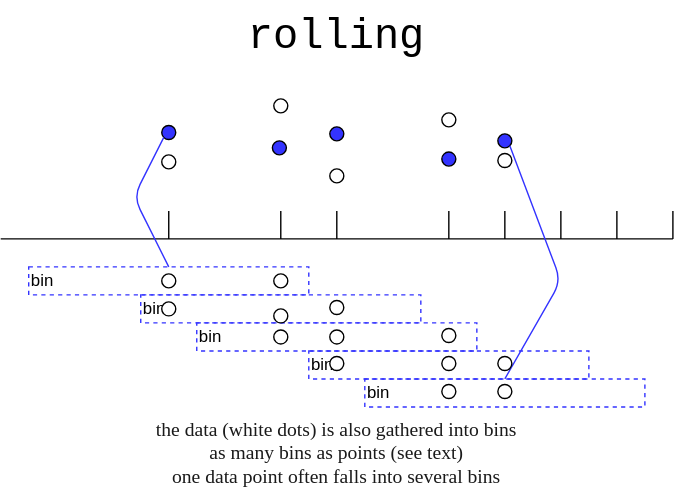
Above: notebooks/media/timeseries-rolling.svg in ue12-p22/python-numerique (draw.io), before the change. Source tidied: cells renumbered, new cells last; positions are measured from the earlier drawing's top-left corner, leaving out a move shared by most shapes. Its diagram source:
```xml
<mxGraphModel>
  <root>
    <mxCell id="0" />
    <mxCell id="1" parent="0" />
    <mxCell id="2" style="endArrow=none;html=1;" parent="1" edge="1">
      <mxGeometry relative="1" as="geometry">
        <mxPoint y="170" as="sourcePoint" />
        <mxPoint x="480" y="170" as="targetPoint" />
      </mxGeometry>
    </mxCell>
    <mxCell id="3" style="ellipse;whiteSpace=wrap;html=1;" parent="1" vertex="1">
      <mxGeometry x="315" y="80" width="10" height="10" as="geometry" />
    </mxCell>
    <mxCell id="4" style="endArrow=none;html=1;" parent="1" edge="1">
      <mxGeometry relative="1" as="geometry">
        <mxPoint x="200" y="170" as="sourcePoint" />
        <mxPoint x="200" y="150" as="targetPoint" />
      </mxGeometry>
    </mxCell>
    <mxCell id="5" style="endArrow=none;html=1;" parent="1" edge="1">
      <mxGeometry relative="1" as="geometry">
        <mxPoint x="320" y="170" as="sourcePoint" />
        <mxPoint x="320" y="150" as="targetPoint" />
      </mxGeometry>
    </mxCell>
    <mxCell id="6" style="endArrow=none;html=1;" parent="1" edge="1">
      <mxGeometry relative="1" as="geometry">
        <mxPoint x="400" y="170" as="sourcePoint" />
        <mxPoint x="400" y="150" as="targetPoint" />
      </mxGeometry>
    </mxCell>
    <mxCell id="7" style="ellipse;whiteSpace=wrap;html=1;" parent="1" vertex="1">
      <mxGeometry x="115" y="110" width="10" height="10" as="geometry" />
    </mxCell>
    <mxCell id="8" style="ellipse;whiteSpace=wrap;html=1;" parent="1" vertex="1">
      <mxGeometry x="235" y="120" width="10" height="10" as="geometry" />
    </mxCell>
    <mxCell id="9" value="bin" style="text;html=1;strokeColor=#3333FF;fillColor=none;align=left;verticalAlign=middle;whiteSpace=wrap;rounded=0;dashed=1;" parent="1" vertex="1">
      <mxGeometry x="20" y="190" width="200" height="20" as="geometry" />
    </mxCell>
    <mxCell id="10" value="&lt;font face=&quot;Courier New&quot; style=&quot;font-size: 30px&quot;&gt;rolling&lt;/font&gt;" style="text;html=1;strokeColor=none;fillColor=none;align=center;verticalAlign=middle;whiteSpace=wrap;rounded=0;dashed=1;" parent="1" vertex="1">
      <mxGeometry x="160" width="160" height="50" as="geometry" />
    </mxCell>
    <mxCell id="11" value="the data (white dots) is also gathered into bins&#10;as many bins as points (see text)&#10;one data point often falls into several bins" style="text;strokeColor=none;fillColor=none;align=center;verticalAlign=middle;whiteSpace=wrap;rounded=0;dashed=1;fontFamily=Comic Sans MS;fontSize=14;fontColor=#1A1A1A;" parent="1" vertex="1">
      <mxGeometry x="35" y="300" width="410" height="47" as="geometry" />
    </mxCell>
    <mxCell id="12" style="endArrow=none;html=1;" parent="1" edge="1">
      <mxGeometry relative="1" as="geometry">
        <mxPoint x="120" y="170" as="sourcePoint" />
        <mxPoint x="120" y="150" as="targetPoint" />
      </mxGeometry>
    </mxCell>
    <mxCell id="13" style="endArrow=none;html=1;" parent="1" edge="1">
      <mxGeometry relative="1" as="geometry">
        <mxPoint x="240" y="170" as="sourcePoint" />
        <mxPoint x="240" y="150" as="targetPoint" />
      </mxGeometry>
    </mxCell>
    <mxCell id="14" style="endArrow=none;html=1;" parent="1" edge="1">
      <mxGeometry relative="1" as="geometry">
        <mxPoint x="360" y="170" as="sourcePoint" />
        <mxPoint x="360" y="150" as="targetPoint" />
      </mxGeometry>
    </mxCell>
    <mxCell id="15" style="endArrow=none;html=1;" parent="1" edge="1">
      <mxGeometry relative="1" as="geometry">
        <mxPoint x="440" y="170" as="sourcePoint" />
        <mxPoint x="440" y="150" as="targetPoint" />
      </mxGeometry>
    </mxCell>
    <mxCell id="16" style="endArrow=none;html=1;" parent="1" edge="1">
      <mxGeometry relative="1" as="geometry">
        <mxPoint x="480" y="170" as="sourcePoint" />
        <mxPoint x="480" y="150" as="targetPoint" />
      </mxGeometry>
    </mxCell>
    <mxCell id="17" style="ellipse;whiteSpace=wrap;html=1;" parent="1" vertex="1">
      <mxGeometry x="355" y="109" width="10" height="10" as="geometry" />
    </mxCell>
    <mxCell id="18" style="ellipse;whiteSpace=wrap;html=1;" parent="1" vertex="1">
      <mxGeometry x="195" y="70" width="10" height="10" as="geometry" />
    </mxCell>
    <mxCell id="19" style="ellipse;whiteSpace=wrap;html=1;fillColor=#3333FF;" parent="1" vertex="1">
      <mxGeometry x="315" y="108" width="10" height="10" as="geometry" />
    </mxCell>
    <mxCell id="20" style="ellipse;whiteSpace=wrap;html=1;fillColor=#3333FF;" parent="1" vertex="1">
      <mxGeometry x="355" y="95" width="10" height="10" as="geometry" />
    </mxCell>
    <mxCell id="21" style="ellipse;whiteSpace=wrap;html=1;fillColor=#3333FF;" parent="1" vertex="1">
      <mxGeometry x="115" y="89" width="10" height="10" as="geometry" />
    </mxCell>
    <mxCell id="22" style="ellipse;whiteSpace=wrap;html=1;fillColor=#3333FF;" parent="1" vertex="1">
      <mxGeometry x="194" y="100" width="10" height="10" as="geometry" />
    </mxCell>
    <mxCell id="23" style="ellipse;whiteSpace=wrap;html=1;fillColor=#3333FF;" parent="1" vertex="1">
      <mxGeometry x="235" y="90" width="10" height="10" as="geometry" />
    </mxCell>
    <mxCell id="24" style="endArrow=none;html=1;exitX=0;exitY=0;exitDx=0;exitDy=0;strokeColor=#3333FF;entryX=0;entryY=1;entryDx=0;entryDy=0;" parent="1" edge="1" target="21">
      <mxGeometry relative="1" as="geometry">
        <mxPoint x="120" y="190" as="sourcePoint" />
        <Array as="points">
          <mxPoint x="95" y="140" />
        </Array>
      </mxGeometry>
    </mxCell>
    <mxCell id="25" style="endArrow=none;html=1;exitX=0;exitY=0;exitDx=0;exitDy=0;strokeColor=#3333FF;entryX=1;entryY=1;entryDx=0;entryDy=0;" parent="1" edge="1" target="20">
      <mxGeometry relative="1" as="geometry">
        <mxPoint x="360" y="270" as="sourcePoint" />
        <Array as="points">
          <mxPoint x="400" y="200" />
        </Array>
      </mxGeometry>
    </mxCell>
    <mxCell id="26" value="bin" style="text;html=1;strokeColor=#3333FF;fillColor=none;align=left;verticalAlign=middle;whiteSpace=wrap;rounded=0;dashed=1;" parent="1" vertex="1">
      <mxGeometry x="100" y="210" width="200" height="20" as="geometry" />
    </mxCell>
    <mxCell id="27" value="bin" style="text;html=1;strokeColor=#3333FF;fillColor=none;align=left;verticalAlign=middle;whiteSpace=wrap;rounded=0;dashed=1;" parent="1" vertex="1">
      <mxGeometry x="140" y="230" width="200" height="20" as="geometry" />
    </mxCell>
    <mxCell id="28" value="bin" style="text;html=1;strokeColor=#3333FF;fillColor=none;align=left;verticalAlign=middle;whiteSpace=wrap;rounded=0;dashed=1;" parent="1" vertex="1">
      <mxGeometry x="220" y="250" width="200" height="20" as="geometry" />
    </mxCell>
    <mxCell id="29" value="bin" style="text;html=1;strokeColor=#3333FF;fillColor=none;align=left;verticalAlign=middle;whiteSpace=wrap;rounded=0;dashed=1;" parent="1" vertex="1">
      <mxGeometry x="260" y="270" width="200" height="20" as="geometry" />
    </mxCell>
    <mxCell id="30" style="ellipse;whiteSpace=wrap;html=1;" parent="1" vertex="1">
      <mxGeometry x="115" y="195" width="10" height="10" as="geometry" />
    </mxCell>
    <mxCell id="31" style="ellipse;whiteSpace=wrap;html=1;" parent="1" vertex="1">
      <mxGeometry x="195" y="195" width="10" height="10" as="geometry" />
    </mxCell>
    <mxCell id="32" style="ellipse;whiteSpace=wrap;html=1;" parent="1" vertex="1">
      <mxGeometry x="115" y="215" width="10" height="10" as="geometry" />
    </mxCell>
    <mxCell id="33" style="ellipse;whiteSpace=wrap;html=1;" parent="1" vertex="1">
      <mxGeometry x="195" y="220" width="10" height="10" as="geometry" />
    </mxCell>
    <mxCell id="34" style="ellipse;whiteSpace=wrap;html=1;" parent="1" vertex="1">
      <mxGeometry x="195" y="235" width="10" height="10" as="geometry" />
    </mxCell>
    <mxCell id="35" style="ellipse;whiteSpace=wrap;html=1;" parent="1" vertex="1">
      <mxGeometry x="235" y="235" width="10" height="10" as="geometry" />
    </mxCell>
    <mxCell id="36" style="ellipse;whiteSpace=wrap;html=1;" parent="1" vertex="1">
      <mxGeometry x="235" y="214" width="10" height="10" as="geometry" />
    </mxCell>
    <mxCell id="37" style="ellipse;whiteSpace=wrap;html=1;" parent="1" vertex="1">
      <mxGeometry x="235" y="254" width="10" height="10" as="geometry" />
    </mxCell>
    <mxCell id="38" style="ellipse;whiteSpace=wrap;html=1;" parent="1" vertex="1">
      <mxGeometry x="315" y="254" width="10" height="10" as="geometry" />
    </mxCell>
    <mxCell id="39" style="ellipse;whiteSpace=wrap;html=1;" parent="1" vertex="1">
      <mxGeometry x="315" y="234" width="10" height="10" as="geometry" />
    </mxCell>
    <mxCell id="40" style="ellipse;whiteSpace=wrap;html=1;" parent="1" vertex="1">
      <mxGeometry x="315" y="274" width="10" height="10" as="geometry" />
    </mxCell>
    <mxCell id="41" style="ellipse;whiteSpace=wrap;html=1;" parent="1" vertex="1">
      <mxGeometry x="355" y="274" width="10" height="10" as="geometry" />
    </mxCell>
    <mxCell id="42" style="ellipse;whiteSpace=wrap;html=1;" parent="1" vertex="1">
      <mxGeometry x="355" y="254" width="10" height="10" as="geometry" />
    </mxCell>
  </root>
</mxGraphModel>
```
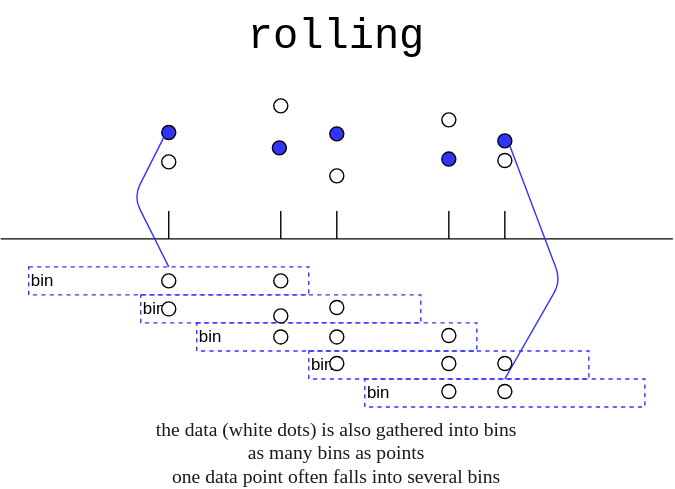
The same file after the commit.

Commit message:
minor tweak in timeseries

Change to the diagram source:
```diff
@@ -23,12 +23,6 @@
         <mxPoint x="320" y="150" as="targetPoint" />
       </mxGeometry>
     </mxCell>
-    <mxCell id="6" style="endArrow=none;html=1;" parent="1" edge="1">
-      <mxGeometry relative="1" as="geometry">
-        <mxPoint x="400" y="170" as="sourcePoint" />
-        <mxPoint x="400" y="150" as="targetPoint" />
-      </mxGeometry>
-    </mxCell>
     <mxCell id="7" style="ellipse;whiteSpace=wrap;html=1;" parent="1" vertex="1">
       <mxGeometry x="115" y="110" width="10" height="10" as="geometry" />
     </mxCell>
@@ -41,7 +35,7 @@
     <mxCell id="10" value="&lt;font face=&quot;Courier New&quot; style=&quot;font-size: 30px&quot;&gt;rolling&lt;/font&gt;" style="text;html=1;strokeColor=none;fillColor=none;align=center;verticalAlign=middle;whiteSpace=wrap;rounded=0;dashed=1;" parent="1" vertex="1">
       <mxGeometry x="160" width="160" height="50" as="geometry" />
     </mxCell>
-    <mxCell id="11" value="the data (white dots) is also gathered into bins&#10;as many bins as points (see text)&#10;one data point often falls into several bins" style="text;strokeColor=none;fillColor=none;align=center;verticalAlign=middle;whiteSpace=wrap;rounded=0;dashed=1;fontFamily=Comic Sans MS;fontSize=14;fontColor=#1A1A1A;" parent="1" vertex="1">
+    <mxCell id="11" value="the data (white dots) is also gathered into bins&#10;as many bins as points&#10;one data point often falls into several bins" style="text;strokeColor=none;fillColor=none;align=center;verticalAlign=middle;whiteSpace=wrap;rounded=0;dashed=1;fontFamily=Comic Sans MS;fontSize=14;fontColor=#1A1A1A;" parent="1" vertex="1">
       <mxGeometry x="35" y="300" width="410" height="47" as="geometry" />
     </mxCell>
     <mxCell id="12" style="endArrow=none;html=1;" parent="1" edge="1">
@@ -62,18 +56,6 @@
         <mxPoint x="360" y="150" as="targetPoint" />
       </mxGeometry>
     </mxCell>
-    <mxCell id="15" style="endArrow=none;html=1;" parent="1" edge="1">
-      <mxGeometry relative="1" as="geometry">
-        <mxPoint x="440" y="170" as="sourcePoint" />
-        <mxPoint x="440" y="150" as="targetPoint" />
-      </mxGeometry>
-    </mxCell>
-    <mxCell id="16" style="endArrow=none;html=1;" parent="1" edge="1">
-      <mxGeometry relative="1" as="geometry">
-        <mxPoint x="480" y="170" as="sourcePoint" />
-        <mxPoint x="480" y="150" as="targetPoint" />
-      </mxGeometry>
-    </mxCell>
     <mxCell id="17" style="ellipse;whiteSpace=wrap;html=1;" parent="1" vertex="1">
       <mxGeometry x="355" y="109" width="10" height="10" as="geometry" />
     </mxCell>
```
